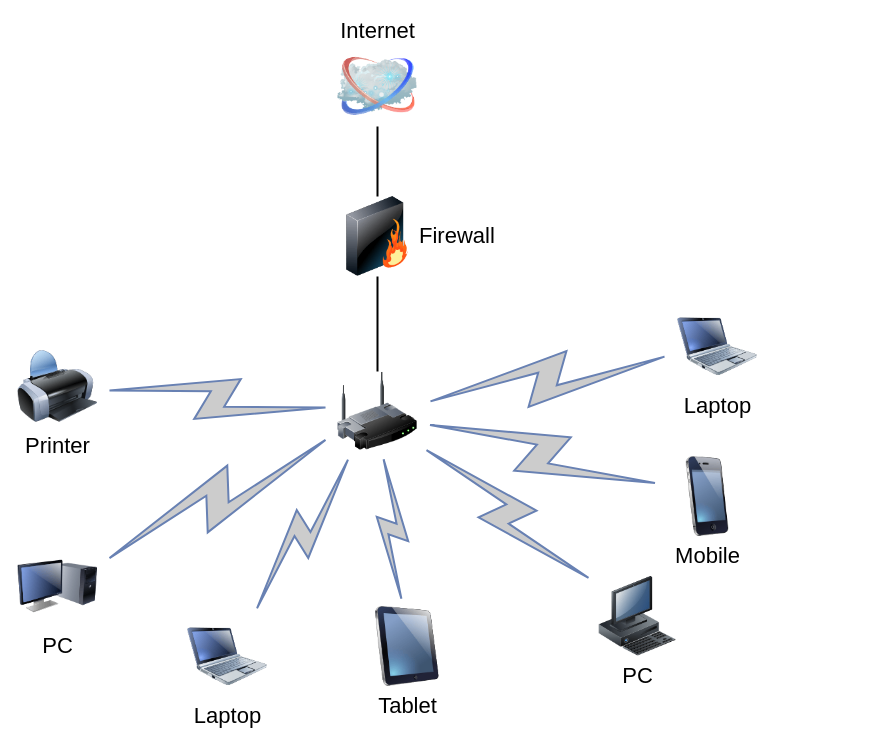
Before: Untitled Diagram.drawio in edla4eva/diagrams, a draw.io diagram. Source tidied: cells renumbered, new cells numbered last; positions are measured from the earlier drawing's top-left corner, leaving out a move shared by most shapes. Both pictures are drawn from the tidied source at 100%, with x=0, y=0 at pixel (17, 46).
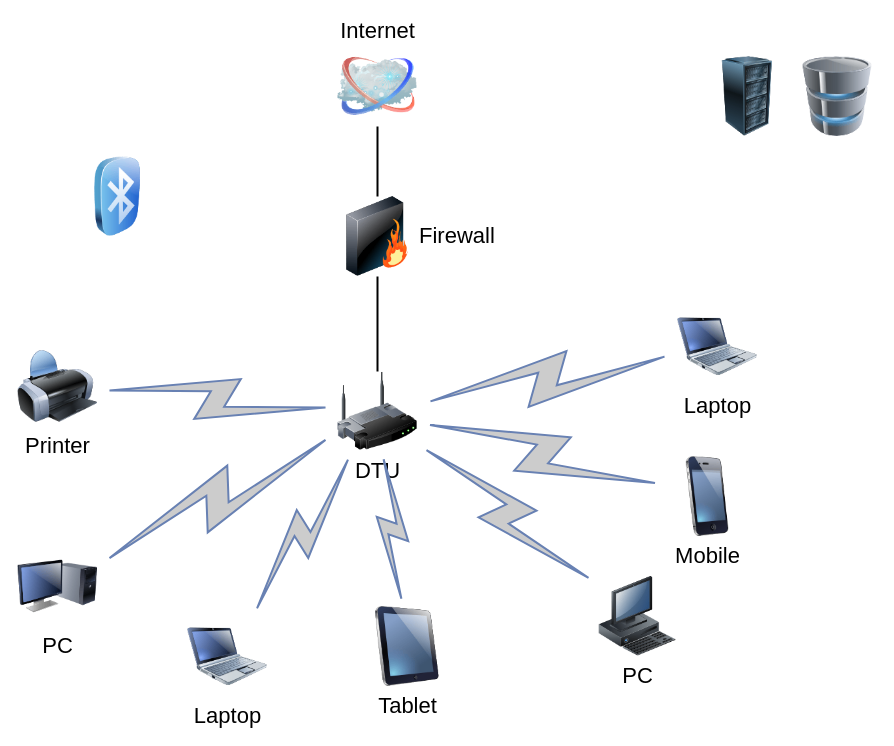
Above is the later version.

Commit message:
Update MKG network diag.drawio

Change to the diagram source:
```diff
@@
-    <mxCell id="3" style="image;html=1;labelBackgroundColor=#ffffff;image=img/lib/clip_art/networking/Wireless_Router_128x128.png;rounded=1;shadow=0;comic=0;strokeWidth=2;fontSize=22;" parent="1" vertex="1">
+    <mxCell id="3" value="DTU" style="image;html=1;labelBackgroundColor=#ffffff;image=img/lib/clip_art/networking/Wireless_Router_128x128.png;rounded=1;shadow=0;comic=0;strokeWidth=2;fontSize=22;" parent="1" vertex="1">
       <mxGeometry x="320" y="325" width="80" height="80" as="geometry" />
     </mxCell>
@@
+    <mxCell id="21" style="image;html=1;image=img/lib/clip_art/computers/Server_Rack_128x128.png;" parent="1" vertex="1">
+      <mxGeometry x="690" y="10" width="80" height="80" as="geometry" />
+    </mxCell>
+    <mxCell id="22" style="image;html=1;image=img/lib/clip_art/computers/Database_128x128.png;" parent="1" vertex="1">
+      <mxGeometry x="780" y="10" width="80" height="80" as="geometry" />
+    </mxCell>
+    <mxCell id="23" style="image;html=1;image=img/lib/clip_art/general/Bluetooth_128x128.png;" parent="1" vertex="1">
+      <mxGeometry x="60" y="110" width="80" height="80" as="geometry" />
+    </mxCell>
```
